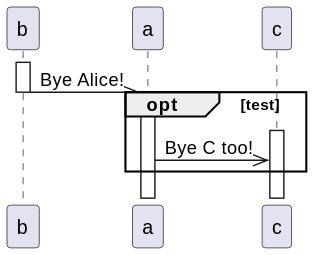
jimnelson372/plantuml_fork keeps this PlantUML diagram as testteozmultideactivate.svg. Above is the earlier version.
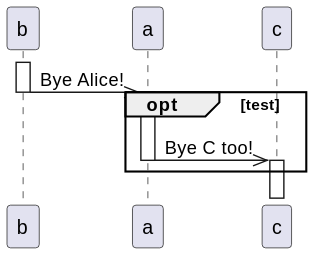
After the change.

Diff of the diagram source:
```diff
@@ -4,9 +4,10 @@
 
 activate b
 
-b ->> a --++: Bye Alice!
- & opt test
- a ->> c  : Bye C too!
+
+ b ->> a --++: Bye Alice!
+  & opt test
+ a ->> c -- : Bye C too!
  activate c
  end
 
```
